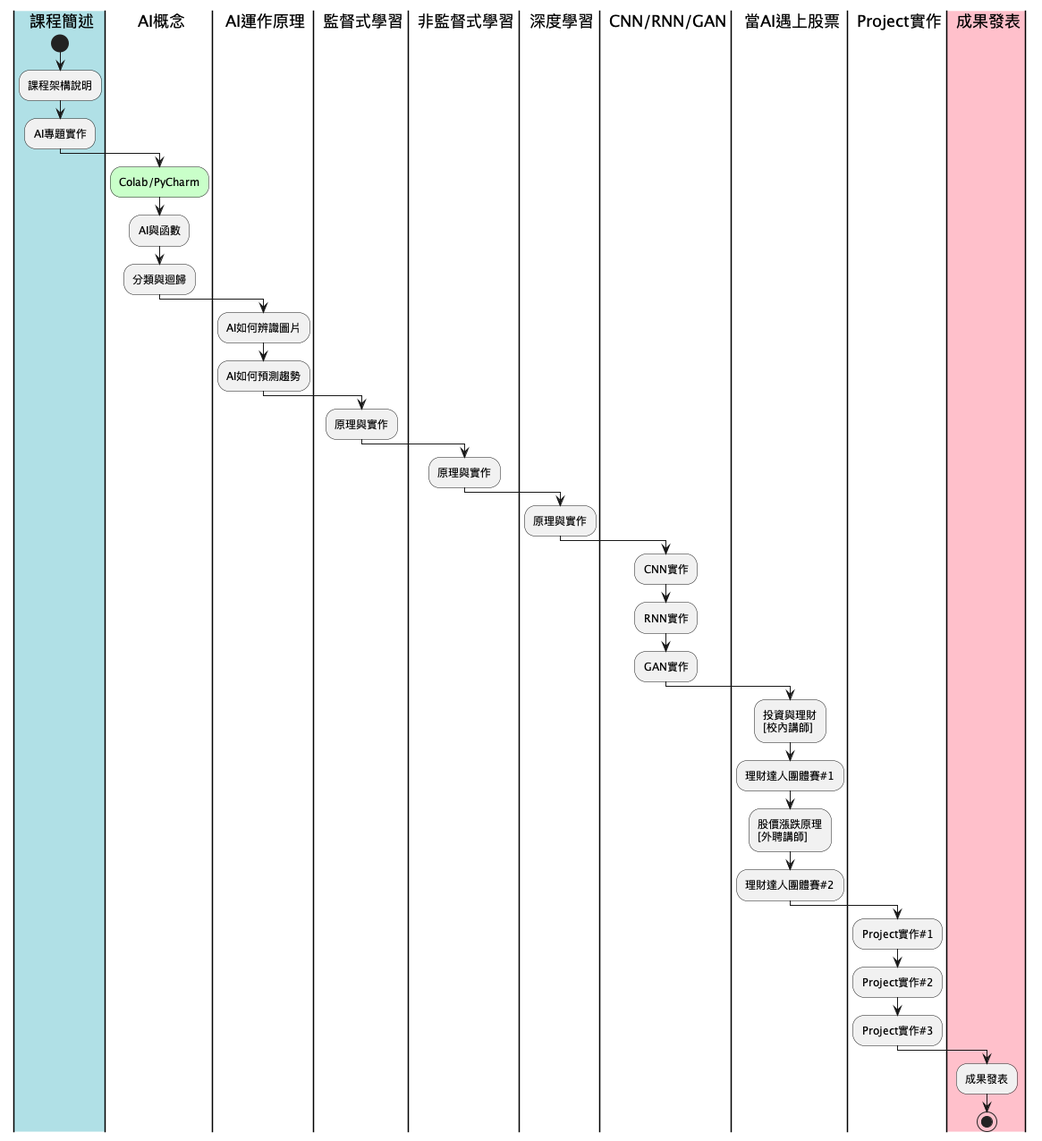
letranger/AI keeps this PlantUML diagram as images/plantuml-4.png. Above is the earlier version.
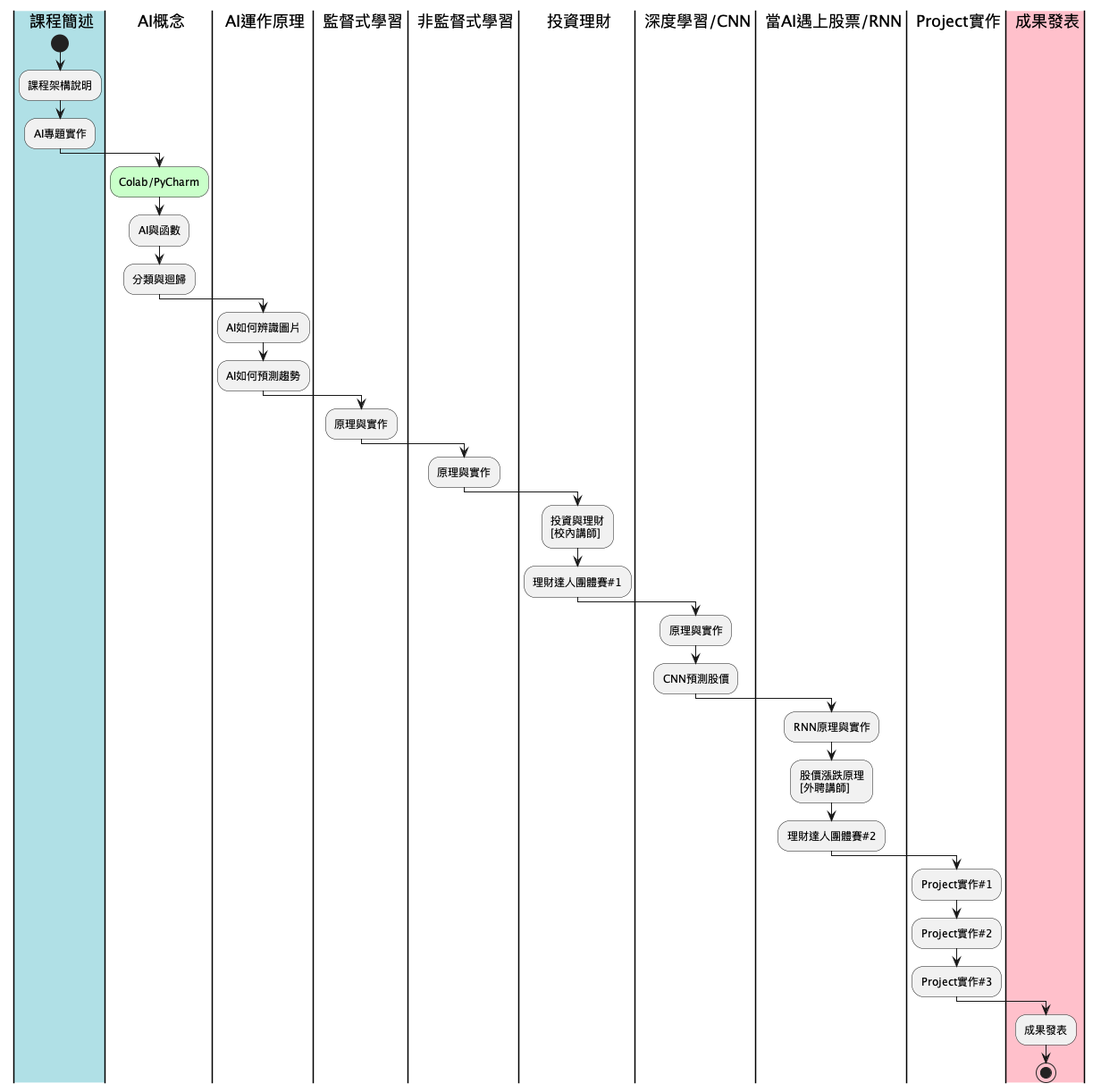
The same file after the commit.

The edit, as a diff of the source:
```diff
@@ -4,9 +4,9 @@
 |2| AI運作原理
 |3| 監督式學習
 |4| 非監督式學習
-|5| 深度學習
-|6| CNN/RNN/GAN
-|7| 當AI遇上股票
+|4.5| 投資理財
+|5| 深度學習/CNN
+|6| 當AI遇上股票/RNN
 |8| Project實作
 |#pink|9| 成果發表
 |0|
@@ -24,15 +24,14 @@
 :原理與實作;
 |4|
 :原理與實作;
+|4.5|
+:投資與理財\n[校內講師];
+:理財達人團體賽#1;
 |5|
 :原理與實作;
+:CNN預測股價;
 |6|
-:CNN實作;
-:RNN實作;
-:GAN實作;
-|7|
-:投資與理財\n[校內講師];
-:理財達人團體賽#1;
+:RNN原理與實作;
 :股價漲跌原理\n[外聘講師];
 :理財達人團體賽#2;
 |8|
```
